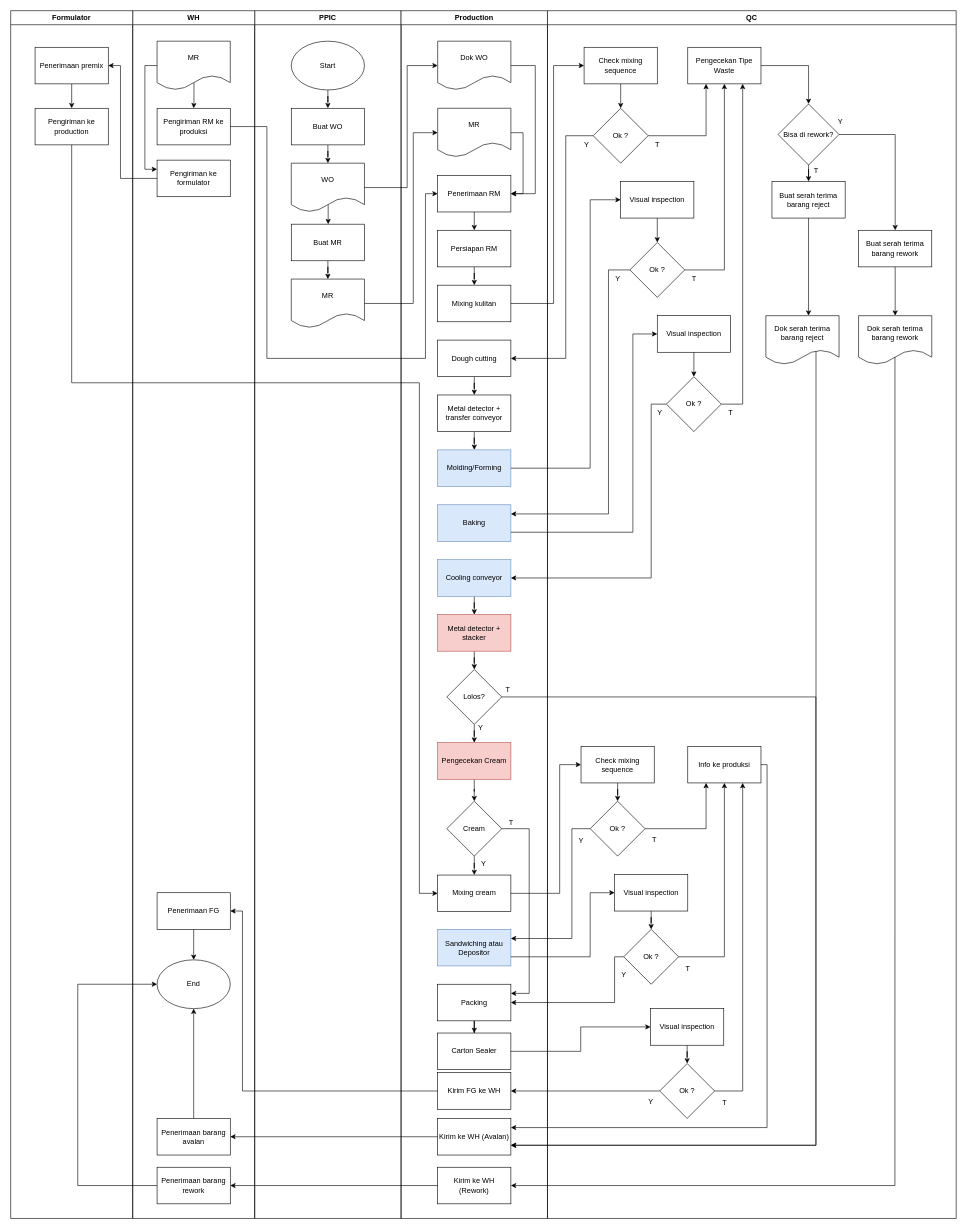
This is page "Copy of SOP Biscuit - Production" (26 of 29) of SOP Agro.drawio from wilhelmus098/pf, a draw.io file, before an edit. Source tidied: cells renumbered, new cells numbered last; positions are measured from the earlier drawing's top-left corner, leaving out a move shared by most shapes. Both pictures are drawn from the tidied source at 61%, with x=0, y=0 at pixel (10, 10).
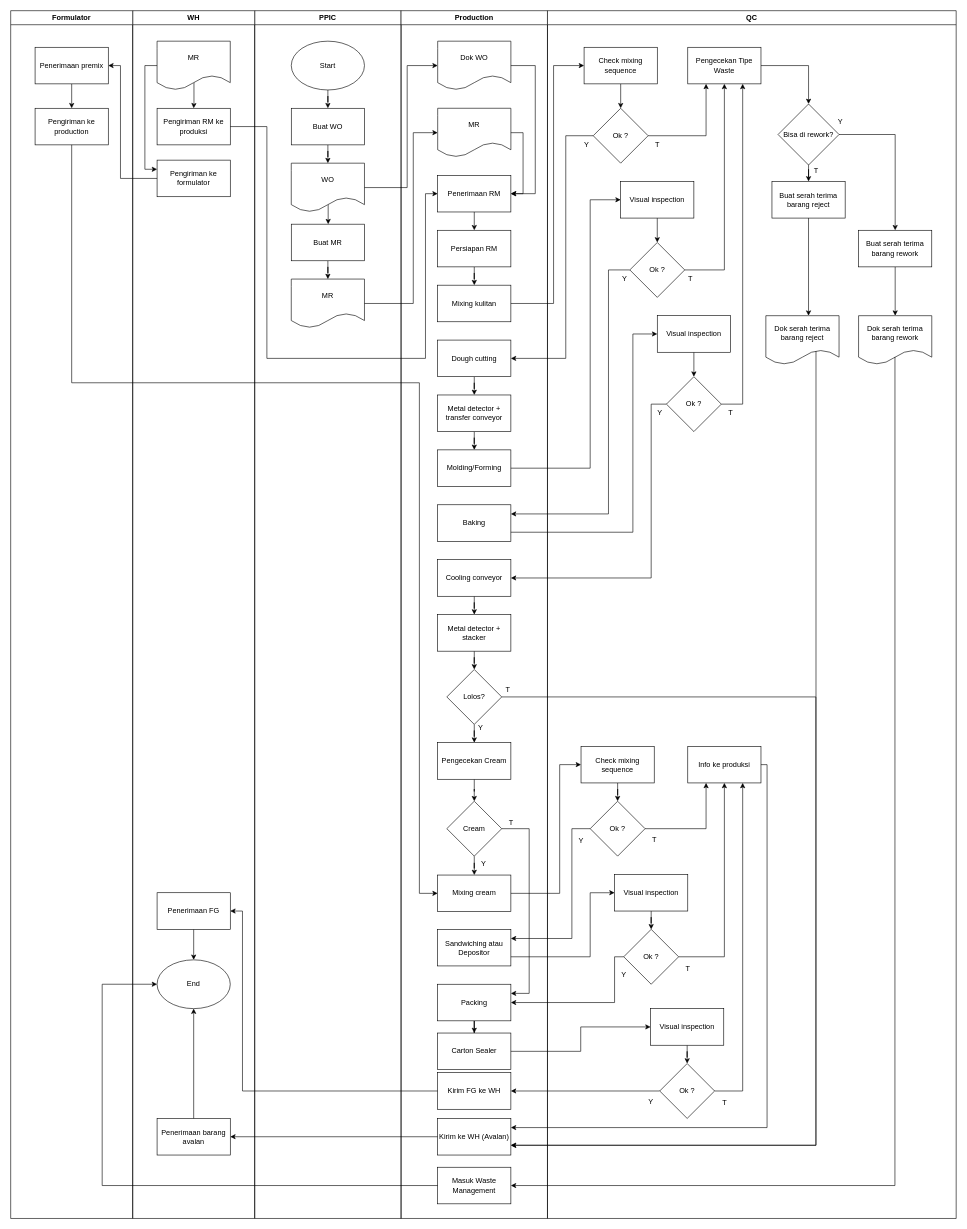
The same diagram, later.

Unchanged cells that the change refers to:
```xml
<mxCell id="12" value="Production" style="swimlane;whiteSpace=wrap;html=1;" parent="1" vertex="1">
  <mxGeometry x="640" width="240" height="1980" as="geometry" />
</mxCell>
<mxCell id="52" value="QC" style="swimlane;whiteSpace=wrap;html=1;" parent="1" vertex="1">
  <mxGeometry x="880" width="670" height="1980" as="geometry" />
</mxCell>
<mxCell id="109" value="WH" style="swimlane;whiteSpace=wrap;html=1;" parent="1" vertex="1">
  <mxGeometry x="200" width="200" height="1980" as="geometry" />
</mxCell>
<mxCell id="117" value="End" style="ellipse;whiteSpace=wrap;html=1;" parent="109" vertex="1">
  <mxGeometry x="40" y="1556" width="120" height="80" as="geometry" />
</mxCell>
```

The edit, as a diff of the source:
```diff
@@
-    <mxCell id="26" value="Molding/Forming" style="rounded=0;whiteSpace=wrap;html=1;fillColor=#dae8fc;strokeColor=#6c8ebf;" parent="12" vertex="1">
+    <mxCell id="26" value="Molding/Forming" style="rounded=0;whiteSpace=wrap;html=1;" parent="12" vertex="1">
       <mxGeometry x="60" y="720" width="120" height="60" as="geometry" />
     </mxCell>
-    <mxCell id="27" value="Baking" style="rounded=0;whiteSpace=wrap;html=1;fillColor=#dae8fc;strokeColor=#6c8ebf;" parent="12" vertex="1">
+    <mxCell id="27" value="Baking" style="rounded=0;whiteSpace=wrap;html=1;" parent="12" vertex="1">
       <mxGeometry x="60" y="810" width="120" height="60" as="geometry" />
     </mxCell>
@@
-    <mxCell id="29" value="Cooling conveyor" style="rounded=0;whiteSpace=wrap;html=1;fillColor=#dae8fc;strokeColor=#6c8ebf;" parent="12" vertex="1">
+    <mxCell id="29" value="Cooling conveyor" style="rounded=0;whiteSpace=wrap;html=1;" parent="12" vertex="1">
       <mxGeometry x="60" y="900" width="120" height="60" as="geometry" />
     </mxCell>
@@
-    <mxCell id="31" value="Metal detector + stacker" style="rounded=0;whiteSpace=wrap;html=1;fillColor=#f8cecc;strokeColor=#b85450;" parent="12" vertex="1">
+    <mxCell id="31" value="Metal detector + stacker" style="rounded=0;whiteSpace=wrap;html=1;" parent="12" vertex="1">
       <mxGeometry x="60" y="990" width="120" height="60" as="geometry" />
     </mxCell>
@@
-    <mxCell id="35" value="Sandwiching atau Depositor" style="rounded=0;whiteSpace=wrap;html=1;fillColor=#dae8fc;strokeColor=#6c8ebf;" parent="12" vertex="1">
+    <mxCell id="35" value="Sandwiching atau Depositor" style="rounded=0;whiteSpace=wrap;html=1;" parent="12" vertex="1">
       <mxGeometry x="60" y="1506" width="120" height="60" as="geometry" />
     </mxCell>
@@
-    <mxCell id="44" value="Kirim ke WH (Rework)" style="rounded=0;whiteSpace=wrap;html=1;" parent="12" vertex="1">
+    <mxCell id="44" value="Masuk Waste Management" style="rounded=0;whiteSpace=wrap;html=1;" parent="12" vertex="1">
       <mxGeometry x="60" y="1896" width="120" height="60" as="geometry" />
     </mxCell>
@@
-    <mxCell id="49" value="Pengecekan Cream" style="rounded=0;whiteSpace=wrap;html=1;fillColor=#f8cecc;strokeColor=#b85450;" parent="12" vertex="1">
+    <mxCell id="49" value="Pengecekan Cream" style="rounded=0;whiteSpace=wrap;html=1;" parent="12" vertex="1">
       <mxGeometry x="60" y="1200" width="120" height="60" as="geometry" />
     </mxCell>
@@
     <mxCell id="64" value="Y" style="text;html=1;align=center;verticalAlign=middle;strokeColor=none;fillColor=none;" parent="52" vertex="1">
-      <mxGeometry x="100" y="425" width="30" height="30" as="geometry" />
+      <mxGeometry x="111" y="425" width="30" height="30" as="geometry" />
     </mxCell>
@@
     <mxCell id="66" value="T" style="text;html=1;align=center;verticalAlign=middle;strokeColor=none;fillColor=none;" parent="52" vertex="1">
-      <mxGeometry x="225" y="425" width="30" height="30" as="geometry" />
+      <mxGeometry x="219" y="425" width="30" height="30" as="geometry" />
     </mxCell>
@@
-    <mxCell id="120" style="edgeStyle=orthogonalEdgeStyle;rounded=0;jettySize=auto;html=1;entryX=0;entryY=0.5;entryDx=0;entryDy=0;" parent="109" edge="1" source="121" target="117">
-      <mxGeometry relative="1" as="geometry">
-        <Array as="points">
-          <mxPoint x="-90" y="1926" />
-          <mxPoint x="-90" y="1596" />
-        </Array>
-      </mxGeometry>
-    </mxCell>
-    <mxCell id="121" value="Penerimaan barang rework" style="rounded=0;whiteSpace=wrap;html=1;" parent="109" vertex="1">
-      <mxGeometry x="40" y="1896" width="120" height="60" as="geometry" />
-    </mxCell>
@@
-    <mxCell id="141" style="edgeStyle=orthogonalEdgeStyle;rounded=0;jettySize=auto;html=1;" parent="1" edge="1" source="44" target="121">
-      <mxGeometry relative="1" as="geometry" />
+    <mxCell id="141" style="edgeStyle=orthogonalEdgeStyle;rounded=0;jettySize=auto;html=1;entryX=0;entryY=0.5;entryDx=0;entryDy=0;" parent="1" edge="1" source="44" target="117">
+      <mxGeometry relative="1" as="geometry">
+        <Array as="points">
+          <mxPoint x="150" y="1926" />
+          <mxPoint x="150" y="1596" />
+        </Array>
+      </mxGeometry>
     </mxCell>
```
